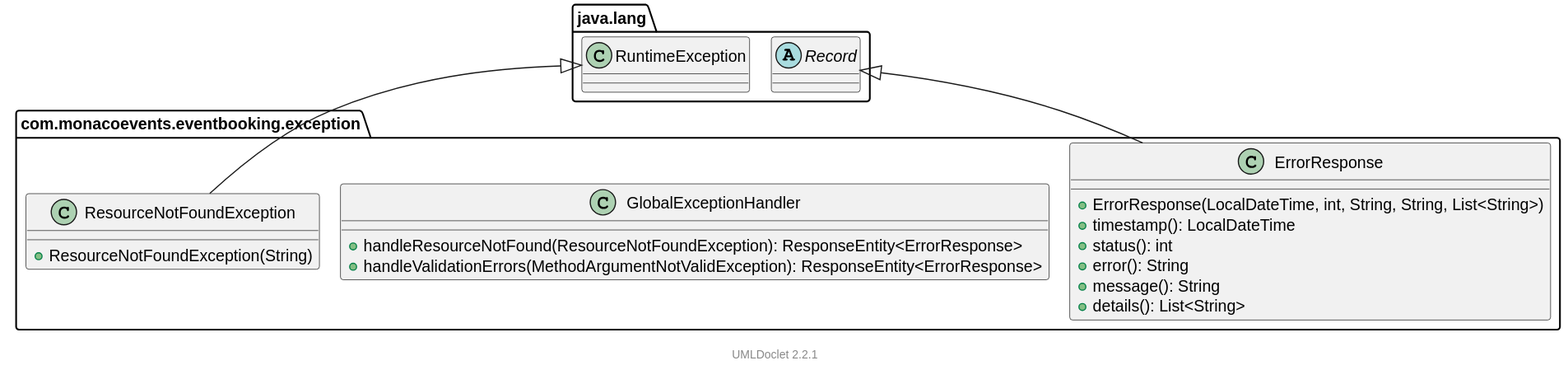
LorisDrid/event-booking-api keeps this PlantUML diagram as docs/uml/com/monacoevents/eventbooking/exception/package.svg. Above is the earlier version.
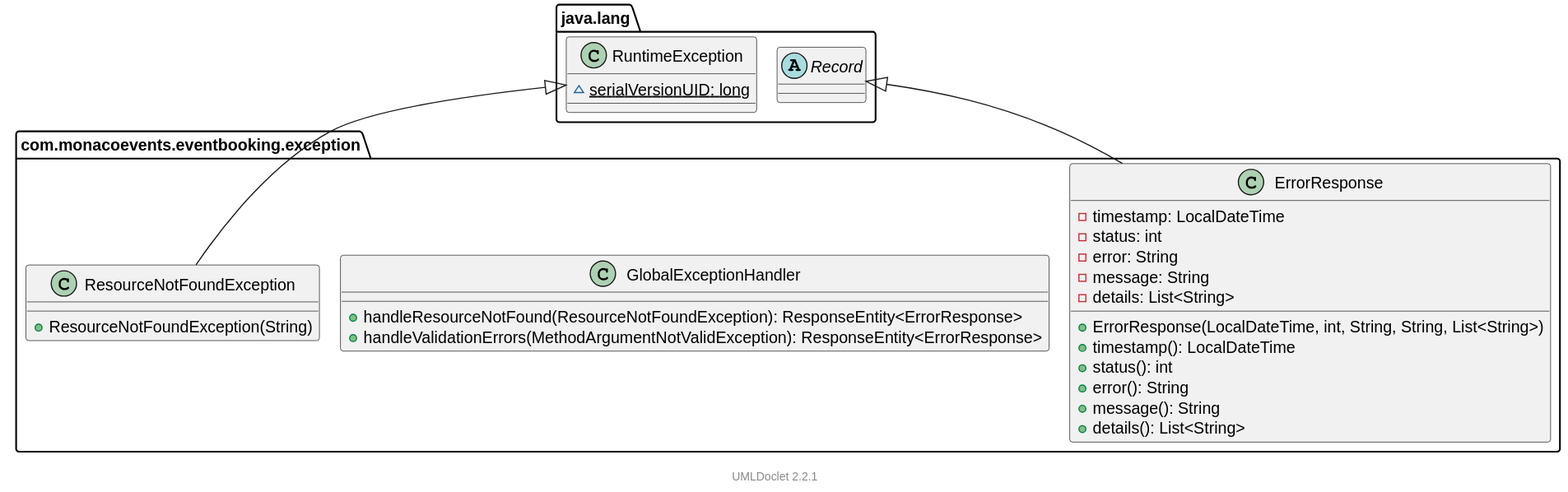
After the change.

What changed in the source:
```diff
@@ -7,6 +7,11 @@
     package com.monacoevents.eventbooking.exception {
 
         class ErrorResponse [[file:/C:/Users/loris/Documents/Programming/Github/event-booking-api/target/reports/apidocs/com/monacoevents/eventbooking/exception/ErrorResponse.html]] {
+            -timestamp: LocalDateTime
+            -status: int
+            -error: String
+            -message: String
+            -details: List<String>
             +ErrorResponse(LocalDateTime, int, String, String, List<String>)
             +timestamp(): LocalDateTime
             +status(): int
@@ -29,6 +34,7 @@
     package java.lang {
         abstract class Record
         class RuntimeException {
+            {static} ~serialVersionUID: long
         }
     }
 
```
